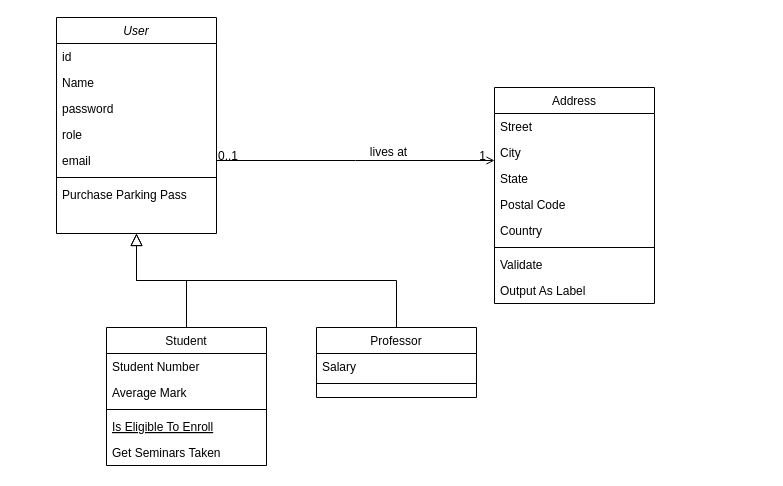
This is Diagrama sin título.drawio from ericksonvergara/Diagramas, a draw.io file, before an edit. Source tidied: cells renumbered, new cells numbered last; positions are measured from the earlier drawing's top-left corner, leaving out a move shared by most shapes. Both pictures are drawn from the tidied source at 100%, with x=0, y=0 at pixel (56, 17).
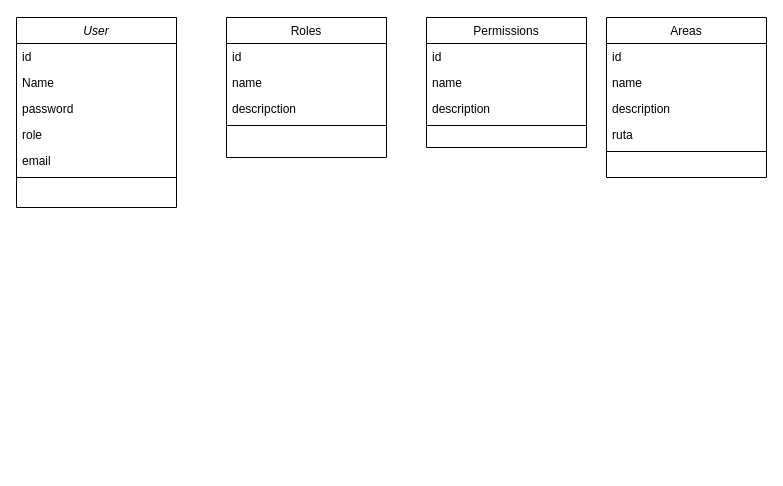
The same page after the edit.

Commit message:
Diagrama_ShareHub

Diff of the diagram source:
```diff
@@
     <mxCell id="2" value="User" style="swimlane;fontStyle=2;align=center;verticalAlign=top;horizontal=1;startSize=26;rounded=0;shadow=0;strokeWidth=1;" parent="1" vertex="1">
-      <mxGeometry width="160" height="216" as="geometry" />
+      <mxGeometry x="-40" width="160" height="190" as="geometry" />
     </mxCell>
@@
-    <mxCell id="9" value="Purchase Parking Pass" style="text;align=left;verticalAlign=top;spacingLeft=4;spacingRight=4;overflow=hidden;" parent="2" vertex="1">
-      <mxGeometry y="164" width="160" height="26" as="geometry" />
-    </mxCell>
-    <mxCell id="10" value="Student" style="swimlane;fontStyle=0;align=center;verticalAlign=top;horizontal=1;startSize=26;rounded=0;shadow=0;strokeWidth=1;" parent="1" vertex="1">
-      <mxGeometry x="50" y="310" width="160" height="138" as="geometry" />
+    <mxCell id="10" value="Areas" style="swimlane;fontStyle=0;align=center;verticalAlign=top;horizontal=1;startSize=26;rounded=0;shadow=0;strokeWidth=1;" parent="1" vertex="1">
+      <mxGeometry x="550" width="160" height="160" as="geometry" />
     </mxCell>
-    <mxCell id="11" value="Student Number" style="text;align=left;verticalAlign=top;spacingLeft=4;spacingRight=4;overflow=hidden;" parent="10" vertex="1">
+    <mxCell id="11" value="id" style="text;align=left;verticalAlign=top;spacingLeft=4;spacingRight=4;overflow=hidden;" parent="10" vertex="1">
       <mxGeometry y="26" width="160" height="26" as="geometry" />
     </mxCell>
-    <mxCell id="12" value="Average Mark" style="text;align=left;verticalAlign=top;spacingLeft=4;spacingRight=4;overflow=hidden;rounded=0;shadow=0;html=0;" parent="10" vertex="1">
+    <mxCell id="12" value="name" style="text;align=left;verticalAlign=top;spacingLeft=4;spacingRight=4;overflow=hidden;rounded=0;shadow=0;html=0;" parent="10" vertex="1">
       <mxGeometry y="52" width="160" height="26" as="geometry" />
     </mxCell>
+    <mxCell id="34" value="description" style="text;align=left;verticalAlign=top;spacingLeft=4;spacingRight=4;overflow=hidden;rounded=0;shadow=0;html=0;" parent="10" vertex="1">
+      <mxGeometry y="78" width="160" height="26" as="geometry" />
+    </mxCell>
+    <mxCell id="35" value="ruta" style="text;align=left;verticalAlign=top;spacingLeft=4;spacingRight=4;overflow=hidden;rounded=0;shadow=0;html=0;" parent="10" vertex="1">
+      <mxGeometry y="104" width="160" height="26" as="geometry" />
+    </mxCell>
     <mxCell id="13" style="line;html=1;strokeWidth=1;align=left;verticalAlign=middle;spacingTop=-1;spacingLeft=3;spacingRight=3;labelPosition=right;" parent="10" vertex="1">
-      <mxGeometry y="78" width="160" height="8" as="geometry" />
+      <mxGeometry y="130" width="160" height="8" as="geometry" />
     </mxCell>
-    <mxCell id="14" value="Is Eligible To Enroll" style="text;align=left;verticalAlign=top;spacingLeft=4;spacingRight=4;overflow=hidden;fontStyle=4;" parent="10" vertex="1">
-      <mxGeometry y="86" width="160" height="26" as="geometry" />
-    </mxCell>
-    <mxCell id="15" value="Get Seminars Taken" style="text;align=left;verticalAlign=top;spacingLeft=4;spacingRight=4;overflow=hidden;" parent="10" vertex="1">
-      <mxGeometry y="112" width="160" height="26" as="geometry" />
-    </mxCell>
-    <mxCell id="16" style="endArrow=block;endSize=10;endFill=0;shadow=0;strokeWidth=1;rounded=0;edgeStyle=elbowEdgeStyle;elbow=vertical;" parent="1" edge="1" source="10" target="2">
-      <mxGeometry relative="1" as="geometry" />
-    </mxCell>
-    <mxCell id="17" value="Professor" style="swimlane;fontStyle=0;align=center;verticalAlign=top;horizontal=1;startSize=26;rounded=0;shadow=0;strokeWidth=1;" parent="1" vertex="1">
-      <mxGeometry x="260" y="310" width="160" height="70" as="geometry" />
+    <mxCell id="17" value="Permissions" style="swimlane;fontStyle=0;align=center;verticalAlign=top;horizontal=1;startSize=26;rounded=0;shadow=0;strokeWidth=1;" parent="1" vertex="1">
+      <mxGeometry x="370" width="160" height="130" as="geometry" />
     </mxCell>
-    <mxCell id="18" value="Salary" style="text;align=left;verticalAlign=top;spacingLeft=4;spacingRight=4;overflow=hidden;" parent="17" vertex="1">
+    <mxCell id="18" value="id" style="text;align=left;verticalAlign=top;spacingLeft=4;spacingRight=4;overflow=hidden;" parent="17" vertex="1">
       <mxGeometry y="26" width="160" height="26" as="geometry" />
     </mxCell>
+    <mxCell id="36" value="name" style="text;align=left;verticalAlign=top;spacingLeft=4;spacingRight=4;overflow=hidden;" parent="17" vertex="1">
+      <mxGeometry y="52" width="160" height="26" as="geometry" />
+    </mxCell>
+    <mxCell id="37" value="description" style="text;align=left;verticalAlign=top;spacingLeft=4;spacingRight=4;overflow=hidden;" parent="17" vertex="1">
+      <mxGeometry y="78" width="160" height="26" as="geometry" />
+    </mxCell>
     <mxCell id="19" style="line;html=1;strokeWidth=1;align=left;verticalAlign=middle;spacingTop=-1;spacingLeft=3;spacingRight=3;labelPosition=right;" parent="17" vertex="1">
-      <mxGeometry y="52" width="160" height="8" as="geometry" />
+      <mxGeometry y="104" width="160" height="8" as="geometry" />
     </mxCell>
-    <mxCell id="20" style="endArrow=block;endSize=10;endFill=0;shadow=0;strokeWidth=1;rounded=0;edgeStyle=elbowEdgeStyle;elbow=vertical;" parent="1" edge="1" source="17" target="2">
-      <mxGeometry relative="1" as="geometry" />
-    </mxCell>
-    <mxCell id="21" value="Address" style="swimlane;fontStyle=0;align=center;verticalAlign=top;horizontal=1;startSize=26;rounded=0;shadow=0;strokeWidth=1;" parent="1" vertex="1">
-      <mxGeometry x="438" y="70" width="160" height="216" as="geometry" />
+    <mxCell id="21" value="Roles" style="swimlane;fontStyle=0;align=center;verticalAlign=top;horizontal=1;startSize=26;rounded=0;shadow=0;strokeWidth=1;" parent="1" vertex="1">
+      <mxGeometry x="170" width="160" height="140" as="geometry" />
     </mxCell>
-    <mxCell id="22" value="Street" style="text;align=left;verticalAlign=top;spacingLeft=4;spacingRight=4;overflow=hidden;" parent="21" vertex="1">
+    <mxCell id="22" value="id" style="text;align=left;verticalAlign=top;spacingLeft=4;spacingRight=4;overflow=hidden;" parent="21" vertex="1">
       <mxGeometry y="26" width="160" height="26" as="geometry" />
     </mxCell>
-    <mxCell id="23" value="City" style="text;align=left;verticalAlign=top;spacingLeft=4;spacingRight=4;overflow=hidden;rounded=0;shadow=0;html=0;" parent="21" vertex="1">
+    <mxCell id="23" value="name" style="text;align=left;verticalAlign=top;spacingLeft=4;spacingRight=4;overflow=hidden;rounded=0;shadow=0;html=0;" parent="21" vertex="1">
       <mxGeometry y="52" width="160" height="26" as="geometry" />
     </mxCell>
-    <mxCell id="24" value="State" style="text;align=left;verticalAlign=top;spacingLeft=4;spacingRight=4;overflow=hidden;rounded=0;shadow=0;html=0;" parent="21" vertex="1">
+    <mxCell id="24" value="descripction" style="text;align=left;verticalAlign=top;spacingLeft=4;spacingRight=4;overflow=hidden;rounded=0;shadow=0;html=0;" parent="21" vertex="1">
       <mxGeometry y="78" width="160" height="26" as="geometry" />
     </mxCell>
-    <mxCell id="25" value="Postal Code" style="text;align=left;verticalAlign=top;spacingLeft=4;spacingRight=4;overflow=hidden;rounded=0;shadow=0;html=0;" parent="21" vertex="1">
-      <mxGeometry y="104" width="160" height="26" as="geometry" />
-    </mxCell>
-    <mxCell id="26" value="Country" style="text;align=left;verticalAlign=top;spacingLeft=4;spacingRight=4;overflow=hidden;rounded=0;shadow=0;html=0;" parent="21" vertex="1">
-      <mxGeometry y="130" width="160" height="26" as="geometry" />
-    </mxCell>
     <mxCell id="27" style="line;html=1;strokeWidth=1;align=left;verticalAlign=middle;spacingTop=-1;spacingLeft=3;spacingRight=3;labelPosition=right;" parent="21" vertex="1">
-      <mxGeometry y="156" width="160" height="8" as="geometry" />
+      <mxGeometry y="104" width="160" height="8" as="geometry" />
     </mxCell>
-    <mxCell id="28" value="Validate" style="text;align=left;verticalAlign=top;spacingLeft=4;spacingRight=4;overflow=hidden;" parent="21" vertex="1">
-      <mxGeometry y="164" width="160" height="26" as="geometry" />
-    </mxCell>
-    <mxCell id="29" value="Output As Label" style="text;align=left;verticalAlign=top;spacingLeft=4;spacingRight=4;overflow=hidden;" parent="21" vertex="1">
-      <mxGeometry y="190" width="160" height="26" as="geometry" />
-    </mxCell>
-    <mxCell id="30" style="endArrow=open;shadow=0;strokeWidth=1;rounded=0;endFill=1;edgeStyle=elbowEdgeStyle;elbow=vertical;" parent="1" edge="1" source="2" target="21">
-      <mxGeometry x="0.5" y="41" relative="1" as="geometry">
-        <mxPoint x="-40" y="32" as="offset" />
-      </mxGeometry>
-    </mxCell>
-    <mxCell id="31" value="0..1" style="align=left;verticalAlign=bottom;labelBackgroundColor=none;fontSize=12;" parent="30" vertex="1">
-      <mxGeometry x="-1" relative="1" as="geometry">
-        <mxPoint y="4" as="offset" />
-      </mxGeometry>
-    </mxCell>
-    <mxCell id="32" value="1" style="align=right;verticalAlign=bottom;labelBackgroundColor=none;fontSize=12;" parent="30" vertex="1">
-      <mxGeometry x="1" relative="1" as="geometry">
-        <mxPoint x="-7" y="4" as="offset" />
-      </mxGeometry>
-    </mxCell>
-    <mxCell id="33" value="lives at" style="text;html=1;align=center;verticalAlign=middle;labelBackgroundColor=none;rounded=0;shadow=0;strokeWidth=1;fontSize=12;" parent="30" vertex="1">
-      <mxGeometry x="0.5" y="49" relative="1" as="geometry">
-        <mxPoint x="-38" y="40" as="offset" />
-      </mxGeometry>
-    </mxCell>
```
